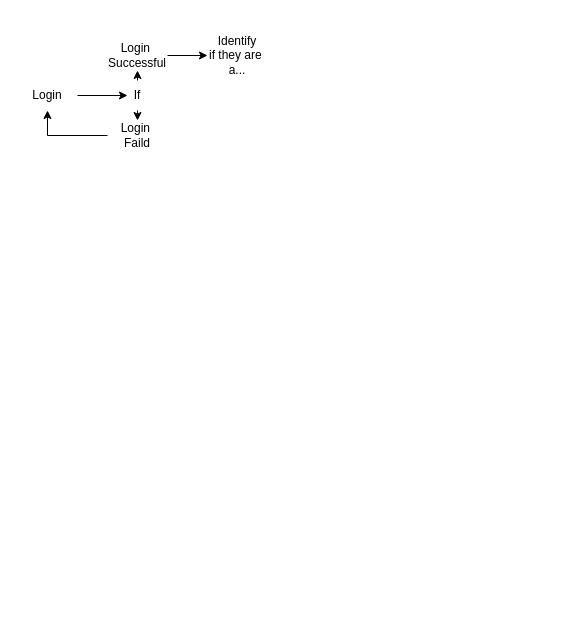
DevEatSleepRepeat/draw.io keeps this draw.io diagram as Bis-Login.drawio. Above is the earlier version. Source tidied: cells renumbered, new cells numbered last; positions are measured from the earlier drawing's top-left corner, leaving out a move shared by most shapes. Both pictures are drawn from the tidied source at 100%, with x=0, y=0 at pixel (17, 40).
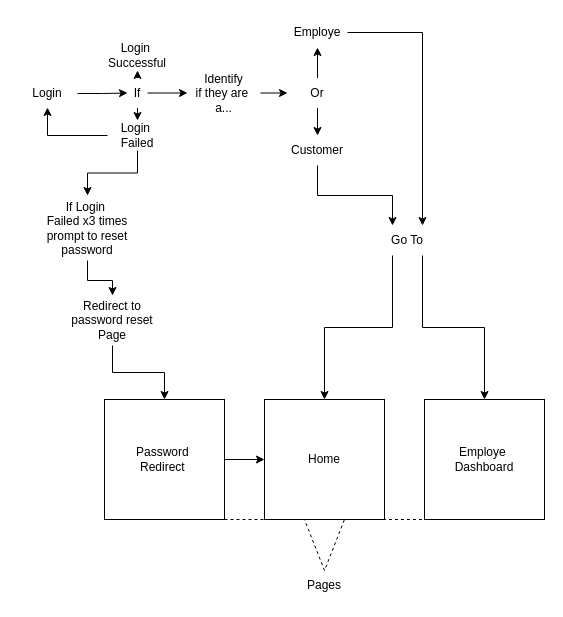
Above is the later version.

The change refers to these unchanged cells:
```xml
<mxCell id="5" value="Login&amp;nbsp;&lt;br&gt;Successful" style="text;html=1;strokeColor=none;fillColor=none;align=center;verticalAlign=middle;whiteSpace=wrap;rounded=0;" parent="1" vertex="1">
  <mxGeometry x="90" width="60" height="30" as="geometry" />
</mxCell>
```

The edit, as a diff of the source:
```diff
@@
     <mxCell id="3" value="Login" style="text;html=1;strokeColor=none;fillColor=none;align=center;verticalAlign=middle;whiteSpace=wrap;rounded=0;" parent="1" vertex="1">
-      <mxGeometry y="40" width="60" height="30" as="geometry" />
+      <mxGeometry y="39" width="60" height="28" as="geometry" />
     </mxCell>
-    <mxCell id="4" style="edgeStyle=orthogonalEdgeStyle;rounded=0;jettySize=auto;html=1;exitX=1;exitY=0.5;exitDx=0;exitDy=0;entryX=0;entryY=0.5;entryDx=0;entryDy=0;" parent="1" edge="1" source="5" target="11">
-      <mxGeometry relative="1" as="geometry" />
-    </mxCell>
@@
+    <mxCell id="12" style="edgeStyle=orthogonalEdgeStyle;rounded=0;jettySize=auto;html=1;exitX=0.5;exitY=1;exitDx=0;exitDy=0;entryX=0.5;entryY=0;entryDx=0;entryDy=0;" parent="1" edge="1" source="7" target="18">
+      <mxGeometry relative="1" as="geometry" />
+    </mxCell>
-    <mxCell id="7" value="Login&amp;nbsp;&lt;br&gt;Faild" style="text;html=1;strokeColor=none;fillColor=none;align=center;verticalAlign=middle;whiteSpace=wrap;rounded=0;" parent="1" vertex="1">
+    <mxCell id="7" value="Login&amp;nbsp;&lt;br&gt;Failed" style="text;html=1;strokeColor=none;fillColor=none;align=center;verticalAlign=middle;whiteSpace=wrap;rounded=0;" parent="1" vertex="1">
       <mxGeometry x="90" y="80" width="60" height="30" as="geometry" />
     </mxCell>
+    <mxCell id="9" style="edgeStyle=orthogonalEdgeStyle;rounded=0;jettySize=auto;html=1;exitX=0.5;exitY=1;exitDx=0;exitDy=0;entryX=0.5;entryY=0;entryDx=0;entryDy=0;" parent="1" edge="1" source="10" target="7">
+      <mxGeometry relative="1" as="geometry" />
+    </mxCell>
@@
-    <mxCell id="9" style="edgeStyle=orthogonalEdgeStyle;rounded=0;jettySize=auto;html=1;exitX=0.5;exitY=1;exitDx=0;exitDy=0;entryX=0.5;entryY=0;entryDx=0;entryDy=0;" parent="1" edge="1" source="10" target="7">
-      <mxGeometry relative="1" as="geometry" />
-    </mxCell>
+    <mxCell id="13" style="edgeStyle=orthogonalEdgeStyle;rounded=0;jettySize=auto;html=1;exitX=1;exitY=0.5;exitDx=0;exitDy=0;entryX=0;entryY=0.5;entryDx=0;entryDy=0;" parent="1" edge="1" source="10" target="11">
+      <mxGeometry relative="1" as="geometry" />
+    </mxCell>
     <mxCell id="10" value="If" style="text;html=1;strokeColor=none;fillColor=none;align=center;verticalAlign=middle;whiteSpace=wrap;rounded=0;" parent="1" vertex="1">
-      <mxGeometry x="110" y="40" width="20" height="30" as="geometry" />
+      <mxGeometry x="110" y="37.5" width="20" height="30" as="geometry" />
     </mxCell>
+    <mxCell id="14" style="edgeStyle=orthogonalEdgeStyle;rounded=0;jettySize=auto;html=1;exitX=1;exitY=0.5;exitDx=0;exitDy=0;entryX=0;entryY=0.5;entryDx=0;entryDy=0;" parent="1" edge="1" source="11" target="23">
+      <mxGeometry relative="1" as="geometry" />
+    </mxCell>
     <mxCell id="11" value="Identify&lt;br&gt;if they are&amp;nbsp; a..." style="text;html=1;strokeColor=none;fillColor=none;align=center;verticalAlign=middle;whiteSpace=wrap;rounded=0;" parent="1" vertex="1">
-      <mxGeometry x="190" width="60" height="30" as="geometry" />
+      <mxGeometry x="170" y="30" width="73" height="45" as="geometry" />
     </mxCell>
+    <mxCell id="15" style="edgeStyle=orthogonalEdgeStyle;rounded=0;jettySize=auto;html=1;exitX=0.5;exitY=1;exitDx=0;exitDy=0;entryX=0.25;entryY=0;entryDx=0;entryDy=0;" parent="1" edge="1" source="16" target="34">
+      <mxGeometry relative="1" as="geometry" />
+    </mxCell>
+    <mxCell id="16" value="Customer" style="text;html=1;strokeColor=none;fillColor=none;align=center;verticalAlign=middle;whiteSpace=wrap;rounded=0;" parent="1" vertex="1">
+      <mxGeometry x="270" y="95" width="60" height="30" as="geometry" />
+    </mxCell>
+    <mxCell id="17" style="edgeStyle=orthogonalEdgeStyle;rounded=0;jettySize=auto;html=1;exitX=0.5;exitY=1;exitDx=0;exitDy=0;entryX=0.5;entryY=0;entryDx=0;entryDy=0;" parent="1" edge="1" source="18" target="20">
+      <mxGeometry relative="1" as="geometry" />
+    </mxCell>
+    <mxCell id="18" value="If Login&amp;nbsp;&lt;br&gt;Failed x3 times prompt to reset password" style="text;html=1;strokeColor=none;fillColor=none;align=center;verticalAlign=middle;whiteSpace=wrap;rounded=0;" parent="1" vertex="1">
+      <mxGeometry x="20" y="155" width="100" height="65" as="geometry" />
+    </mxCell>
+    <mxCell id="19" style="edgeStyle=orthogonalEdgeStyle;rounded=0;jettySize=auto;html=1;exitX=0.5;exitY=1;exitDx=0;exitDy=0;entryX=0.5;entryY=0;entryDx=0;entryDy=0;" parent="1" edge="1" source="20" target="26">
+      <mxGeometry relative="1" as="geometry" />
+    </mxCell>
+    <mxCell id="20" value="Redirect to password reset Page" style="text;html=1;strokeColor=none;fillColor=none;align=center;verticalAlign=middle;whiteSpace=wrap;rounded=0;" parent="1" vertex="1">
+      <mxGeometry x="40" y="255" width="110" height="50" as="geometry" />
+    </mxCell>
+    <mxCell id="21" style="edgeStyle=orthogonalEdgeStyle;rounded=0;jettySize=auto;html=1;exitX=0.5;exitY=1;exitDx=0;exitDy=0;entryX=0.5;entryY=0;entryDx=0;entryDy=0;" parent="1" edge="1" source="23" target="16">
+      <mxGeometry relative="1" as="geometry" />
+    </mxCell>
+    <mxCell id="22" style="edgeStyle=orthogonalEdgeStyle;rounded=0;jettySize=auto;html=1;exitX=0.5;exitY=0;exitDx=0;exitDy=0;entryX=0.5;entryY=1;entryDx=0;entryDy=0;" parent="1" edge="1" source="23" target="31">
+      <mxGeometry relative="1" as="geometry" />
+    </mxCell>
+    <mxCell id="23" value="Or" style="text;html=1;strokeColor=none;fillColor=none;align=center;verticalAlign=middle;whiteSpace=wrap;rounded=0;" parent="1" vertex="1">
+      <mxGeometry x="270" y="37.5" width="60" height="30" as="geometry" />
+    </mxCell>
+    <mxCell id="24" value="Pages" style="text;html=1;strokeColor=none;fillColor=none;align=center;verticalAlign=middle;whiteSpace=wrap;rounded=0;" parent="1" vertex="1">
+      <mxGeometry x="277" y="530" width="60" height="30" as="geometry" />
+    </mxCell>
+    <mxCell id="25" style="edgeStyle=orthogonalEdgeStyle;rounded=0;jettySize=auto;html=1;exitX=1;exitY=0.5;exitDx=0;exitDy=0;entryX=0;entryY=0.5;entryDx=0;entryDy=0;" parent="1" edge="1" source="26" target="27">
+      <mxGeometry relative="1" as="geometry" />
+    </mxCell>
+    <mxCell id="26" value="Password&amp;nbsp;&lt;br&gt;Redirect&amp;nbsp;" style="whiteSpace=wrap;html=1;" parent="1" vertex="1">
+      <mxGeometry x="87" y="359" width="120" height="120" as="geometry" />
+    </mxCell>
+    <mxCell id="27" value="Home" style="whiteSpace=wrap;html=1;" parent="1" vertex="1">
+      <mxGeometry x="247" y="359" width="120" height="120" as="geometry" />
+    </mxCell>
+    <mxCell id="28" value="Employe&amp;nbsp;&lt;br&gt;Dashboard" style="whiteSpace=wrap;html=1;" parent="1" vertex="1">
+      <mxGeometry x="407" y="359" width="120" height="120" as="geometry" />
+    </mxCell>
+    <mxCell id="29" style="endArrow=none;dashed=1;html=1;rounded=0;exitX=0;exitY=0;exitDx=0;exitDy=0;entryX=1;entryY=0;entryDx=0;entryDy=0;" parent="1" edge="1">
+      <mxGeometry relative="1" as="geometry">
+        <mxPoint x="87" y="479" as="sourcePoint" />
+        <mxPoint x="527" y="479" as="targetPoint" />
+        <Array as="points">
+          <mxPoint x="287" y="479" />
+          <mxPoint x="307" y="530" />
+          <mxPoint x="327" y="479" />
+        </Array>
+      </mxGeometry>
+    </mxCell>
+    <mxCell id="30" style="edgeStyle=orthogonalEdgeStyle;rounded=0;jettySize=auto;html=1;exitX=1;exitY=0.5;exitDx=0;exitDy=0;entryX=0.75;entryY=0;entryDx=0;entryDy=0;" parent="1" edge="1" source="31" target="34">
+      <mxGeometry relative="1" as="geometry" />
+    </mxCell>
+    <mxCell id="31" value="Employe" style="text;html=1;strokeColor=none;fillColor=none;align=center;verticalAlign=middle;whiteSpace=wrap;rounded=0;" parent="1" vertex="1">
+      <mxGeometry x="270" y="-23" width="60" height="30" as="geometry" />
+    </mxCell>
+    <mxCell id="32" style="edgeStyle=orthogonalEdgeStyle;rounded=0;jettySize=auto;html=1;exitX=0.25;exitY=1;exitDx=0;exitDy=0;entryX=0.5;entryY=0;entryDx=0;entryDy=0;" parent="1" edge="1" source="34" target="27">
+      <mxGeometry relative="1" as="geometry" />
+    </mxCell>
+    <mxCell id="33" style="edgeStyle=orthogonalEdgeStyle;rounded=0;jettySize=auto;html=1;exitX=0.75;exitY=1;exitDx=0;exitDy=0;" parent="1" edge="1" source="34" target="28">
+      <mxGeometry relative="1" as="geometry" />
+    </mxCell>
+    <mxCell id="34" value="Go To" style="text;html=1;strokeColor=none;fillColor=none;align=center;verticalAlign=middle;whiteSpace=wrap;rounded=0;" parent="1" vertex="1">
+      <mxGeometry x="360" y="185" width="60" height="30" as="geometry" />
+    </mxCell>
```
